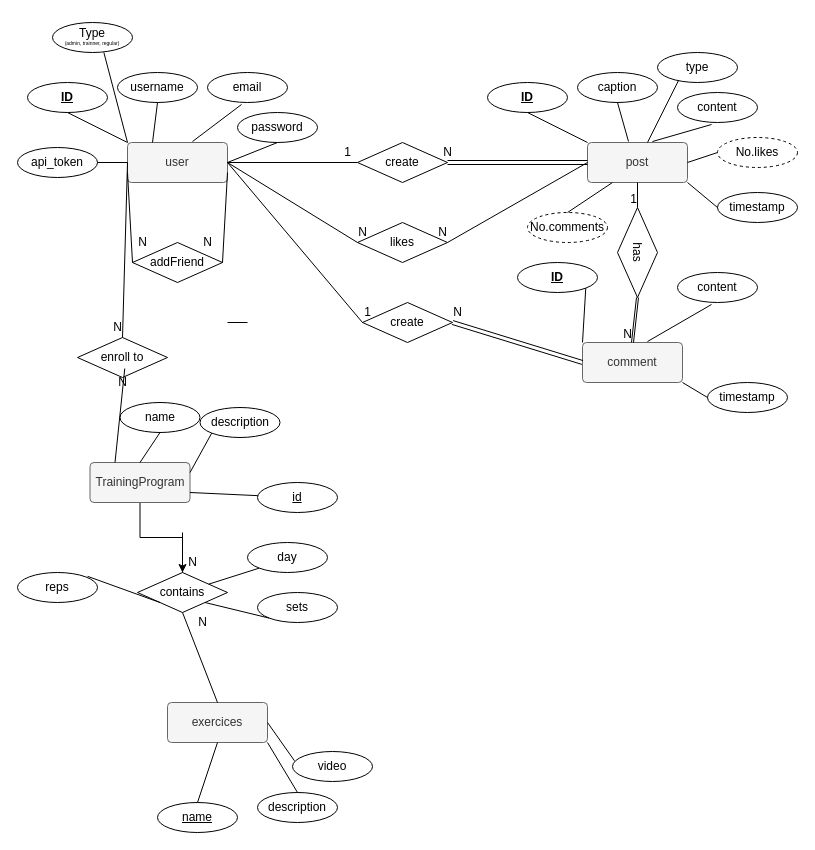
This is ER diagram.drawio from MohammadEssam0/database-related-things, a draw.io file, before an edit. Source tidied: cells renumbered, new cells numbered last; positions are measured from the earlier drawing's top-left corner, leaving out a move shared by most shapes. Both pictures are drawn from the tidied source at 100%, with x=0, y=0 at pixel (17, 22).
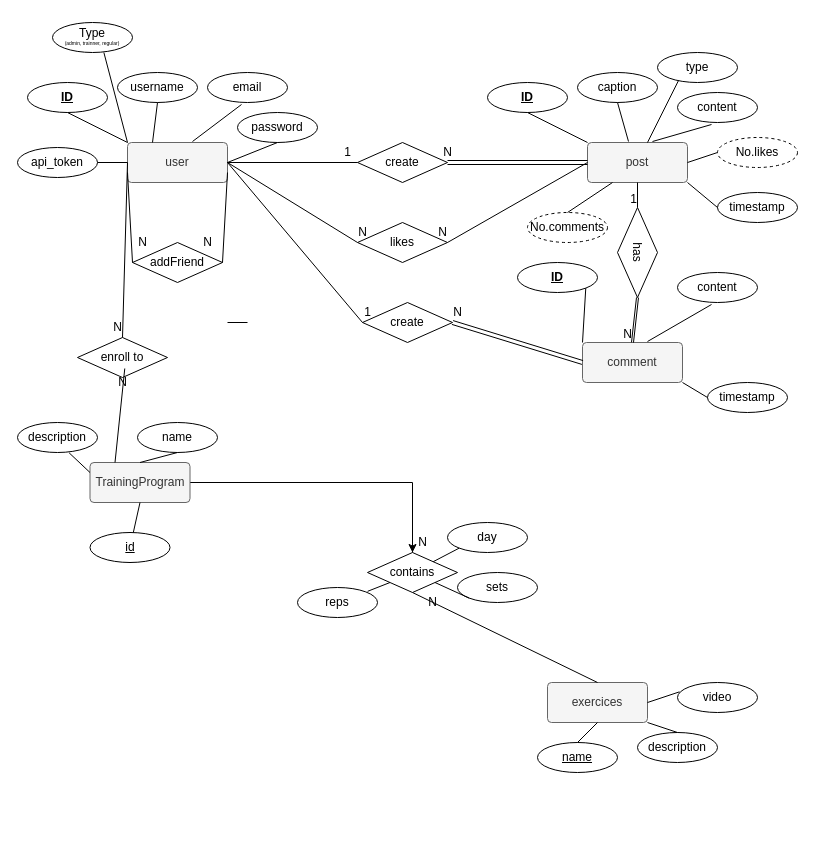
After the change.

Unchanged cells that the change refers to:
```xml
<mxCell id="54" value="&lt;div&gt;TrainingProgram&lt;/div&gt;" style="rounded=1;arcSize=10;whiteSpace=wrap;html=1;align=center;fillColor=#f5f5f5;fontColor=#333333;strokeColor=#666666;" parent="1" vertex="1">
  <mxGeometry x="72.5" y="440" width="100" height="40" as="geometry" />
</mxCell>
```

What changed in the source:
```diff
@@
     <mxCell id="55" value="&lt;u&gt;id&lt;/u&gt;" style="ellipse;whiteSpace=wrap;html=1;align=center;" parent="1" vertex="1">
-      <mxGeometry x="240" y="460" width="80" height="30" as="geometry" />
+      <mxGeometry x="72.5" y="510" width="80" height="30" as="geometry" />
     </mxCell>
-    <mxCell id="56" style="endArrow=none;html=1;rounded=0;entryX=1;entryY=0.75;entryDx=0;entryDy=0;" parent="1" edge="1" source="55" target="54">
+    <mxCell id="56" style="endArrow=none;html=1;rounded=0;entryX=0.5;entryY=1;entryDx=0;entryDy=0;" parent="1" edge="1" source="55" target="54">
       <mxGeometry relative="1" as="geometry" />
     </mxCell>
     <mxCell id="57" value="name" style="ellipse;whiteSpace=wrap;html=1;align=center;" parent="1" vertex="1">
-      <mxGeometry x="102.5" y="380" width="80" height="30" as="geometry" />
+      <mxGeometry x="120" y="400" width="80" height="30" as="geometry" />
     </mxCell>
@@
-    <mxCell id="59" value="description" style="ellipse;whiteSpace=wrap;html=1;align=center;" parent="1" vertex="1">
-      <mxGeometry x="182.5" y="385" width="80" height="30" as="geometry" />
-    </mxCell>
-    <mxCell id="60" style="endArrow=none;html=1;rounded=0;exitX=0;exitY=1;exitDx=0;exitDy=0;entryX=1;entryY=0.25;entryDx=0;entryDy=0;" parent="1" edge="1" source="59" target="54">
-      <mxGeometry relative="1" as="geometry" />
-    </mxCell>
     <mxCell id="61" value="exercices" style="rounded=1;arcSize=10;whiteSpace=wrap;html=1;align=center;fillColor=#f5f5f5;fontColor=#333333;strokeColor=#666666;" parent="1" vertex="1">
-      <mxGeometry x="150" y="680" width="100" height="40" as="geometry" />
+      <mxGeometry x="530" y="660" width="100" height="40" as="geometry" />
     </mxCell>
     <mxCell id="62" value="&lt;u&gt;name&lt;/u&gt;" style="ellipse;whiteSpace=wrap;html=1;align=center;" parent="1" vertex="1">
-      <mxGeometry x="140" y="780" width="80" height="30" as="geometry" />
+      <mxGeometry x="520" y="720" width="80" height="30" as="geometry" />
     </mxCell>
@@
     <mxCell id="64" value="description" style="ellipse;whiteSpace=wrap;html=1;align=center;" parent="1" vertex="1">
-      <mxGeometry x="240" y="770" width="80" height="30" as="geometry" />
+      <mxGeometry x="620" y="710" width="80" height="30" as="geometry" />
     </mxCell>
@@
     <mxCell id="66" value="video" style="ellipse;whiteSpace=wrap;html=1;align=center;" parent="1" vertex="1">
-      <mxGeometry x="275" y="729" width="80" height="30" as="geometry" />
+      <mxGeometry x="660" y="660" width="80" height="30" as="geometry" />
     </mxCell>
@@
     <mxCell id="68" value="&lt;div&gt;contains&lt;/div&gt;" style="shape=rhombus;perimeter=rhombusPerimeter;whiteSpace=wrap;html=1;align=center;" parent="1" vertex="1">
-      <mxGeometry x="120" y="550" width="90" height="40" as="geometry" />
+      <mxGeometry x="350" y="530" width="90" height="40" as="geometry" />
     </mxCell>
     <mxCell id="69" style="endArrow=none;html=1;rounded=0;entryX=0.5;entryY=0;entryDx=0;entryDy=0;" parent="1" edge="1" target="68">
       <mxGeometry relative="1" as="geometry">
-        <mxPoint x="165" y="510" as="sourcePoint" />
+        <mxPoint x="395" y="490" as="sourcePoint" />
       </mxGeometry>
     </mxCell>
@@
     <mxCell id="71" value="day" style="ellipse;whiteSpace=wrap;html=1;align=center;" parent="1" vertex="1">
-      <mxGeometry x="230" y="520" width="80" height="30" as="geometry" />
+      <mxGeometry x="430" y="500" width="80" height="30" as="geometry" />
     </mxCell>
@@
     <mxCell id="73" value="sets" style="ellipse;whiteSpace=wrap;html=1;align=center;" parent="1" vertex="1">
-      <mxGeometry x="240" y="570" width="80" height="30" as="geometry" />
+      <mxGeometry x="440" y="550" width="80" height="30" as="geometry" />
     </mxCell>
@@
     <mxCell id="75" value="reps" style="ellipse;whiteSpace=wrap;html=1;align=center;" parent="1" vertex="1">
-      <mxGeometry y="550" width="80" height="30" as="geometry" />
+      <mxGeometry x="280" y="565" width="80" height="30" as="geometry" />
     </mxCell>
@@
     <mxCell id="90" value="N" style="text;html=1;align=center;verticalAlign=middle;strokeColor=none;fillColor=none;rotation=0;" parent="1" vertex="1">
-      <mxGeometry x="165" y="530" width="20" height="20" as="geometry" />
+      <mxGeometry x="395" y="510" width="20" height="20" as="geometry" />
     </mxCell>
     <mxCell id="91" value="N" style="text;html=1;align=center;verticalAlign=middle;strokeColor=none;fillColor=none;rotation=0;" parent="1" vertex="1">
-      <mxGeometry x="175" y="590" width="20" height="20" as="geometry" />
+      <mxGeometry x="405" y="570" width="20" height="20" as="geometry" />
     </mxCell>
@@
+    <mxCell id="59" value="description" style="ellipse;whiteSpace=wrap;html=1;align=center;" parent="1" vertex="1">
+      <mxGeometry y="400" width="80" height="30" as="geometry" />
+    </mxCell>
+    <mxCell id="60" style="endArrow=none;html=1;rounded=0;exitX=0.645;exitY=1.01;exitDx=0;exitDy=0;entryX=0;entryY=0.25;entryDx=0;entryDy=0;exitPerimeter=0;" parent="1" edge="1" source="59" target="54">
+      <mxGeometry relative="1" as="geometry" />
+    </mxCell>
```
